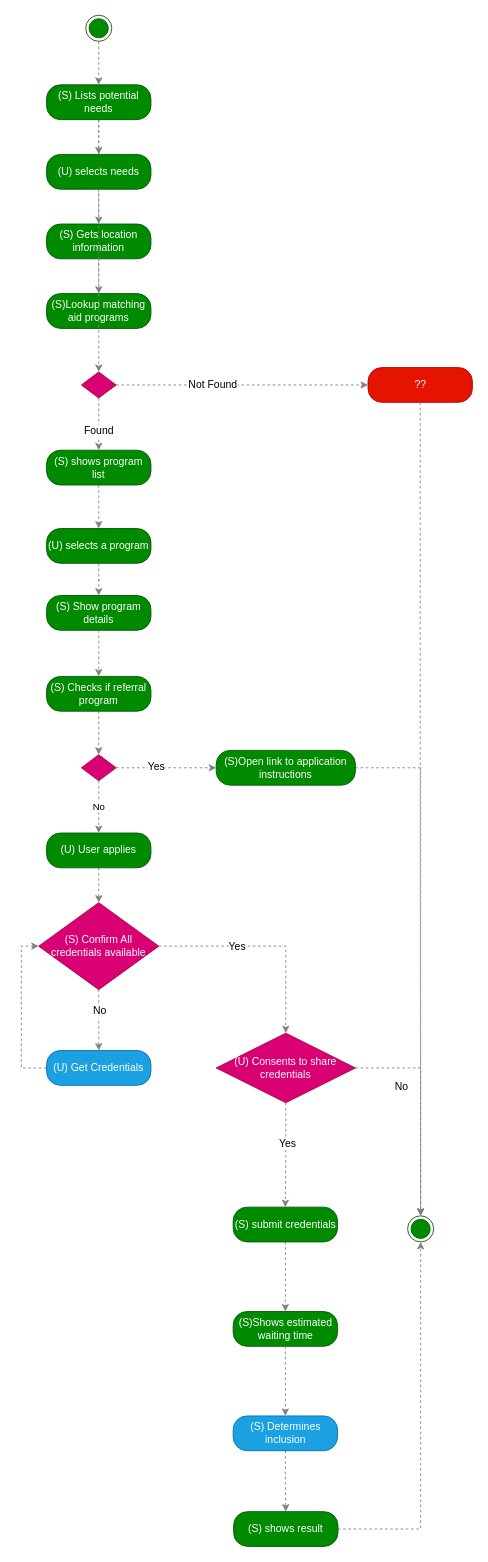
nsward/diagrams keeps this draw.io diagram as Activity Diagrams/Enroll in a program activity.drawio. Above is the earlier version. Source tidied: cells renumbered, new cells numbered last; positions are measured from the earlier drawing's top-left corner, leaving out a move shared by most shapes. Both pictures are drawn from the tidied source at 87%, with x=0, y=0 at pixel (38, 15).
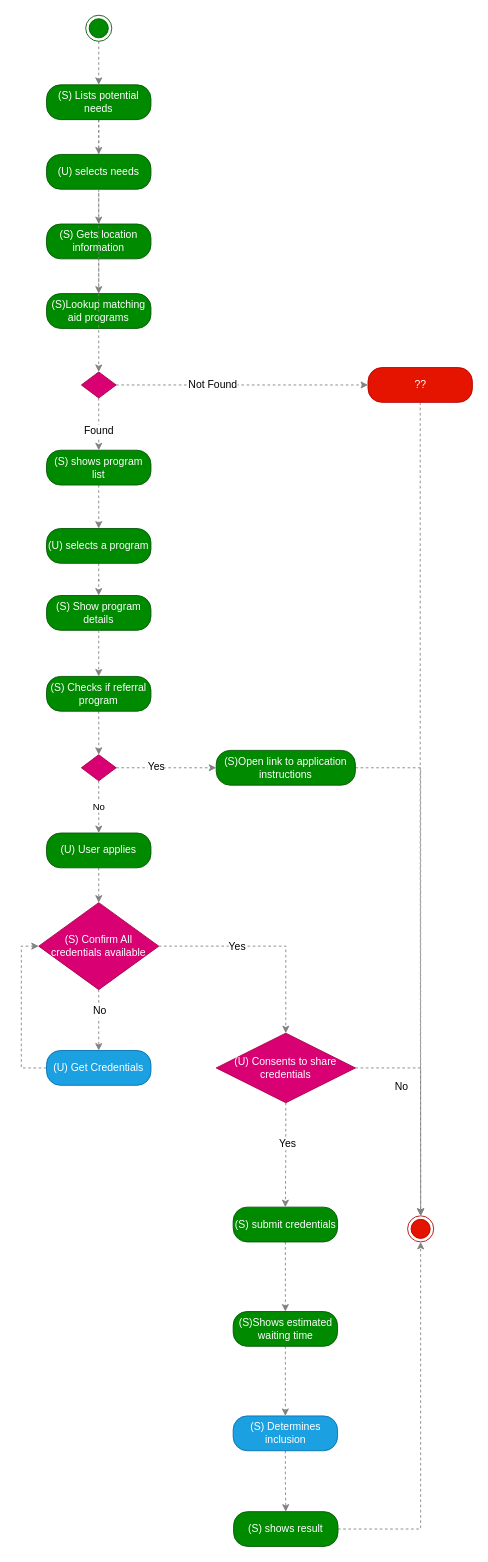
After the change.

The edit, as a diff of the source:
```diff
@@
-    <mxCell id="32" style="ellipse;html=1;shape=endState;fillColor=#008a00;strokeColor=#005700;fontColor=#ffffff;" parent="1" vertex="1">
+    <mxCell id="32" style="ellipse;html=1;shape=endState;fillColor=#e51400;strokeColor=#B20000;fontColor=#ffffff;" parent="1" vertex="1">
       <mxGeometry x="424" y="1380" width="30" height="30" as="geometry" />
     </mxCell>
```
